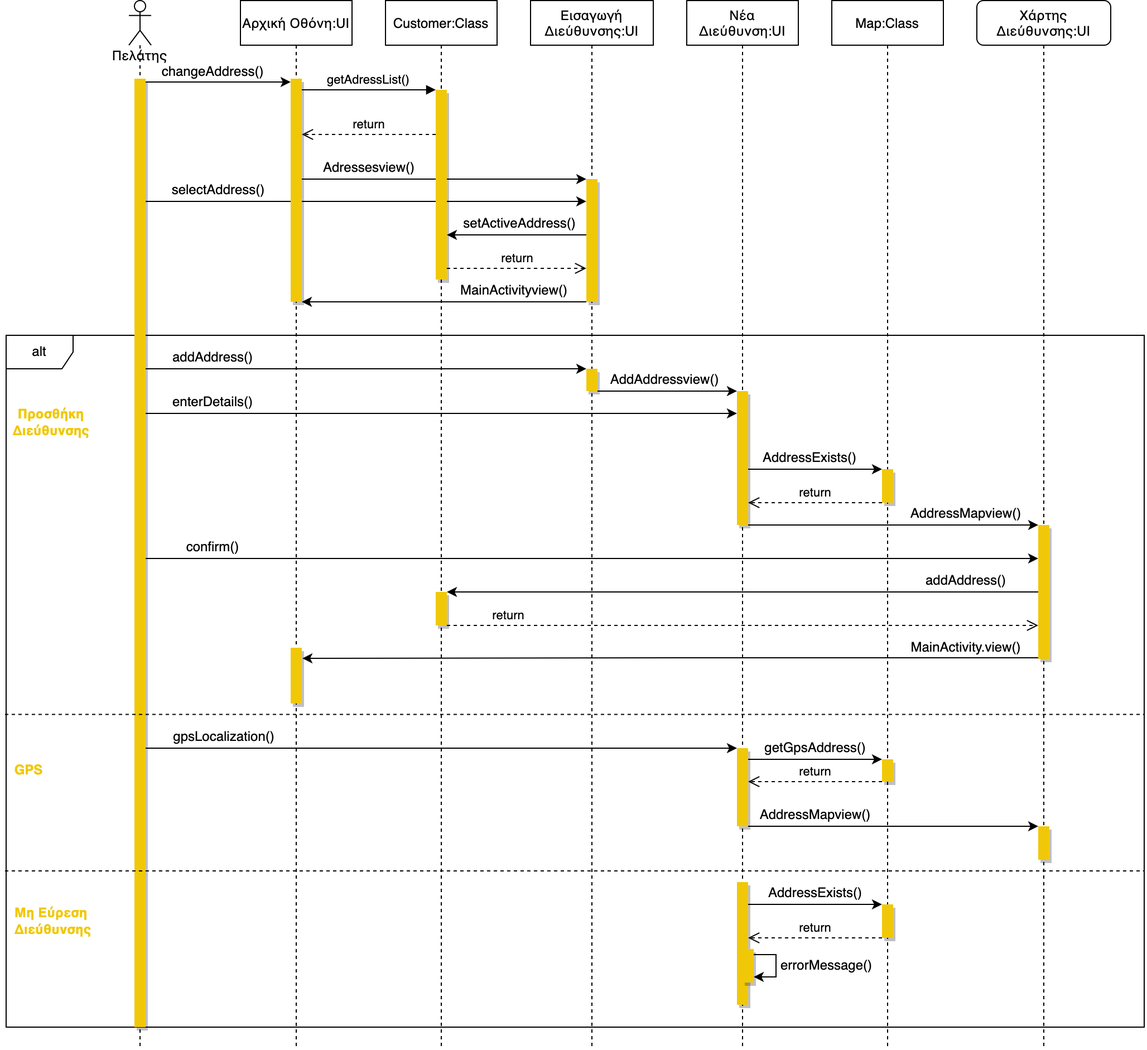
iloudaros/nomnomr keeps this draw.io diagram as docs/final/nomnomr./Media/Sequence Diagrams/1.Επιλογή Διεύθυνσης.drawio.png. Above is the earlier version. Source tidied: cells renumbered, new cells last; positions are measured from the earlier drawing's top-left corner, leaving out a move shared by most shapes.
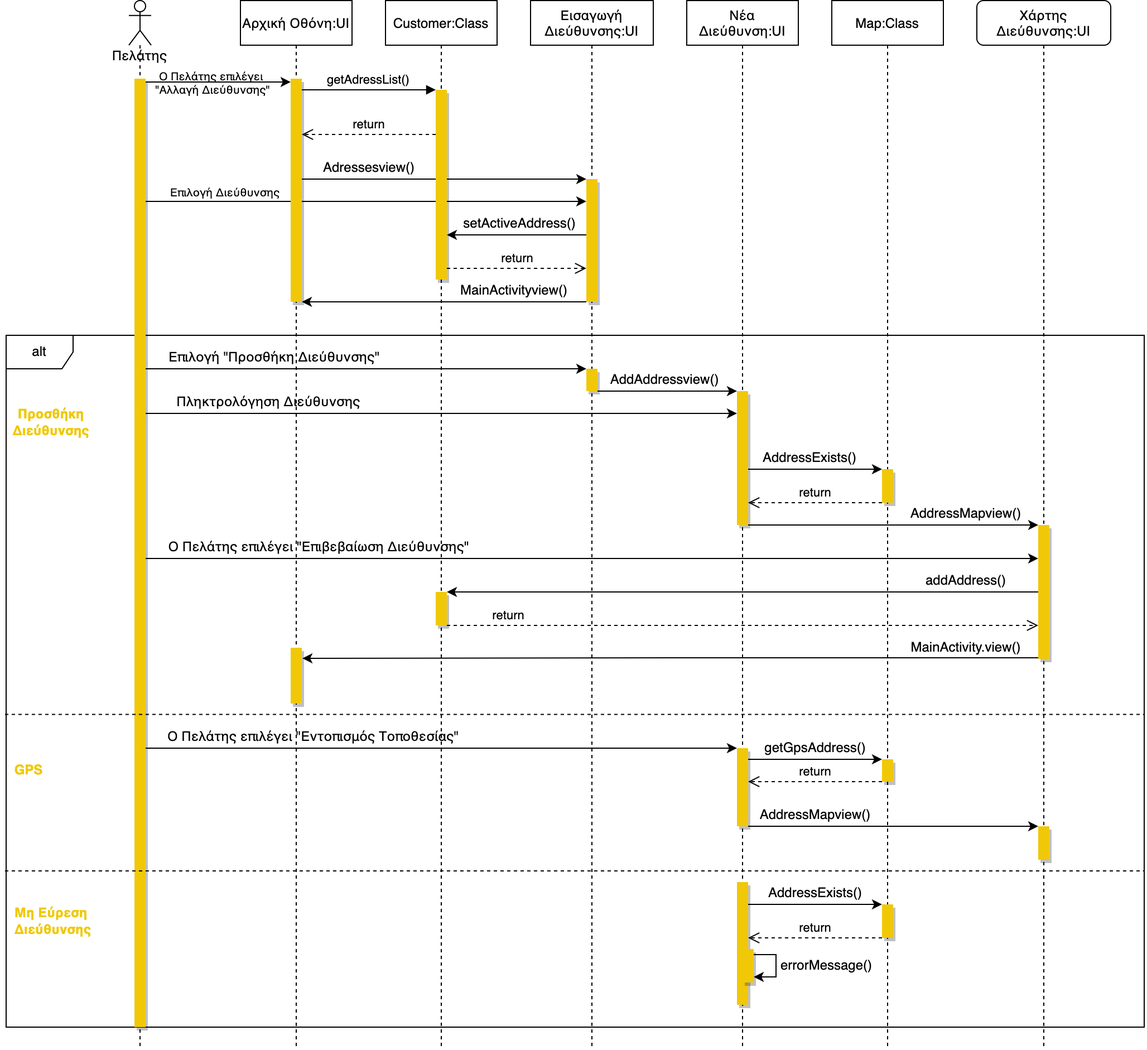
The same diagram one commit later.

Commit message:
Updated Επιλογή Διεύθυνσης Sequence

What changed in the source:
```diff
@@ -10,6 +10,11 @@
         </Array>
       </mxGeometry>
     </mxCell>
+    <mxCell id="74" value="Επιλογή Διεύθυνσης" style="edgeLabel;html=1;align=center;verticalAlign=middle;fontSize=10;" parent="2" vertex="1">
+      <mxGeometry x="-0.73" y="1" relative="1" as="geometry">
+        <mxPoint x="16" y="-9" as="offset" />
+      </mxGeometry>
+    </mxCell>
     <mxCell id="3" style="edgeStyle=orthogonalEdgeStyle;rounded=0;jettySize=auto;html=1;" parent="1" edge="1" source="6" target="20">
       <mxGeometry relative="1" as="geometry">
         <Array as="points">
@@ -27,9 +32,6 @@
     <mxCell id="6" style="points=[];perimeter=orthogonalPerimeter;rounded=0;shadow=1;strokeWidth=1;gradientColor=none;fillColor=#F0C808;strokeColor=none;" parent="5" vertex="1">
       <mxGeometry x="45" y="70" width="10" height="200" as="geometry" />
     </mxCell>
-    <mxCell id="7" value="selectAddress()" style="text;html=1;align=center;verticalAlign=middle;strokeColor=none;fillColor=none;" parent="5" vertex="1">
-      <mxGeometry x="-70" y="160" width="100" height="20" as="geometry" />
-    </mxCell>
     <mxCell id="8" style="html=1;points=[];perimeter=orthogonalPerimeter;shadow=1;fillColor=#F0C808;gradientColor=none;fontColor=#000000;strokeColor=none;" parent="5" vertex="1">
       <mxGeometry x="45" y="580" width="10" height="50" as="geometry" />
     </mxCell>
@@ -66,9 +68,6 @@
         </Array>
       </mxGeometry>
     </mxCell>
-    <mxCell id="17" value="changeAddress()" style="text;html=1;align=center;verticalAlign=middle;strokeColor=none;fillColor=none;" parent="1" vertex="1">
-      <mxGeometry x="135" y="54" width="110" height="20" as="geometry" />
-    </mxCell>
     <mxCell id="18" value="return" style="html=1;verticalAlign=bottom;endArrow=open;dashed=1;endSize=8;rounded=0;" parent="1" edge="1" source="11" target="6">
       <mxGeometry relative="1" as="geometry">
         <Array as="points">
@@ -126,8 +125,8 @@
         </Array>
       </mxGeometry>
     </mxCell>
-    <mxCell id="29" value="addAddress()" style="text;html=1;align=center;verticalAlign=middle;strokeColor=none;fillColor=none;" parent="1" vertex="1">
-      <mxGeometry x="145" y="310" width="90" height="20" as="geometry" />
+    <mxCell id="29" value="Επιλογή &quot;Προσθήκη Διεύθυνσης&quot;" style="text;html=1;align=center;verticalAlign=middle;strokeColor=none;fillColor=none;" parent="1" vertex="1">
+      <mxGeometry x="145" y="310" width="200" height="20" as="geometry" />
     </mxCell>
     <mxCell id="30" value="Νέα &#10;Διεύθυνση:UI" style="shape=umlLifeline;perimeter=lifelinePerimeter;rounded=0;shadow=0;strokeWidth=1;" parent="1" vertex="1">
       <mxGeometry x="615" width="100" height="940" as="geometry" />
@@ -156,8 +155,8 @@
         </Array>
       </mxGeometry>
     </mxCell>
-    <mxCell id="36" value="enterDetails()" style="text;html=1;align=center;verticalAlign=middle;strokeColor=none;fillColor=none;" parent="1" vertex="1">
-      <mxGeometry x="145" y="350" width="90" height="20" as="geometry" />
+    <mxCell id="36" value="Πληκτρολόγηση Διεύθυνσης" style="text;html=1;align=center;verticalAlign=middle;strokeColor=none;fillColor=none;" parent="1" vertex="1">
+      <mxGeometry x="150" y="350" width="180" height="20" as="geometry" />
     </mxCell>
     <mxCell id="37" value="Map:Class" style="shape=umlLifeline;perimeter=lifelinePerimeter;rounded=0;shadow=0;strokeWidth=1;" parent="1" vertex="1">
       <mxGeometry x="745" width="100" height="940" as="geometry" />
@@ -217,8 +216,8 @@
         </Array>
       </mxGeometry>
     </mxCell>
-    <mxCell id="50" value="confirm()" style="text;html=1;align=center;verticalAlign=middle;strokeColor=none;fillColor=none;" parent="1" vertex="1">
-      <mxGeometry x="160" y="480" width="60" height="20" as="geometry" />
+    <mxCell id="50" value="Ο Πελάτης επιλέγει &quot;Επιβεβαίωση Διεύθυνσης&quot;" style="text;html=1;align=center;verticalAlign=middle;strokeColor=none;fillColor=none;" parent="1" vertex="1">
+      <mxGeometry x="140" y="480" width="290" height="20" as="geometry" />
     </mxCell>
     <mxCell id="51" style="edgeStyle=orthogonalEdgeStyle;rounded=0;jettySize=auto;html=1;" parent="1" edge="1" source="45" target="12">
       <mxGeometry relative="1" as="geometry">
@@ -261,8 +260,8 @@
         </Array>
       </mxGeometry>
     </mxCell>
-    <mxCell id="60" value="&lt;font color=&quot;#000000&quot;&gt;gpsLocalization()&lt;/font&gt;" style="text;html=1;align=center;verticalAlign=middle;strokeColor=none;fillColor=none;fontColor=#F0C808;" parent="1" vertex="1">
-      <mxGeometry x="145" y="650" width="110" height="20" as="geometry" />
+    <mxCell id="60" value="&lt;font color=&quot;#000000&quot;&gt;Ο Πελάτης επιλέγει &quot;Εντοπισμός Τοποθεσίας&quot;&lt;/font&gt;" style="text;html=1;align=center;verticalAlign=middle;strokeColor=none;fillColor=none;fontColor=#F0C808;" parent="1" vertex="1">
+      <mxGeometry x="140" y="650" width="280" height="20" as="geometry" />
     </mxCell>
     <mxCell id="61" style="edgeStyle=orthogonalEdgeStyle;rounded=0;jettySize=auto;html=1;fontColor=#000000;" parent="1" edge="1" source="32" target="39">
       <mxGeometry relative="1" as="geometry">
@@ -329,5 +328,8 @@
     <mxCell id="73" value="errorMessage()" style="text;html=1;align=center;verticalAlign=middle;strokeColor=none;fillColor=none;" parent="1" vertex="1">
       <mxGeometry x="690" y="855" width="100" height="20" as="geometry" />
     </mxCell>
+    <mxCell id="75" value="Ο Πελάτης επιλέγει &lt;br style=&quot;font-size: 10px;&quot;&gt;&quot;Αλλαγή Διεύθυνσης&quot;" style="text;html=1;align=center;verticalAlign=middle;strokeColor=none;fillColor=none;fontSize=10;" parent="1" vertex="1">
+      <mxGeometry x="130" y="58" width="120" height="30" as="geometry" />
+    </mxCell>
   </root>
 </mxGraphModel>
```
